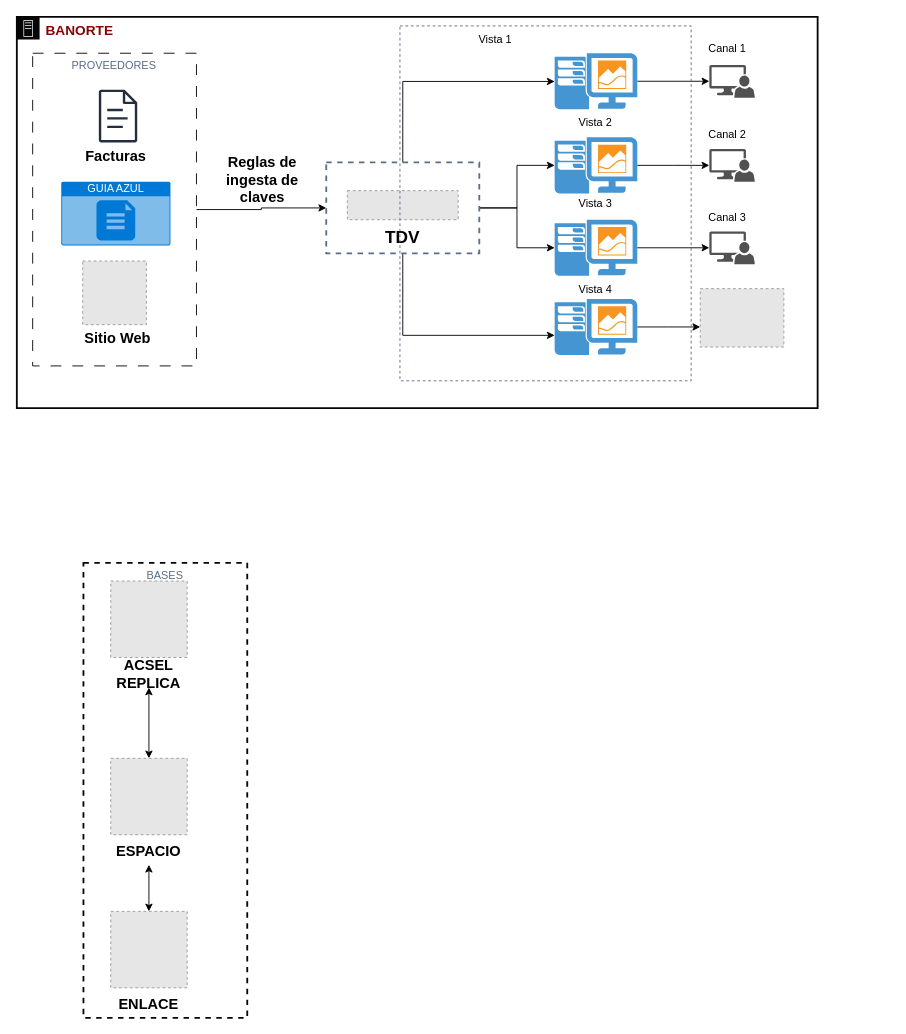
Earlier version of the draw.io diagram CatalogoAutos.drawio (endoeca2/Diagramas). Source tidied: cells renumbered, new cells numbered last; positions are measured from the earlier drawing's top-left corner, leaving out a move shared by most shapes. Both pictures are drawn from the tidied source at 91%, with x=0, y=0 at pixel (16, 16). Pictures stored in the file or linked from it are replaced by grey dashed boxes.
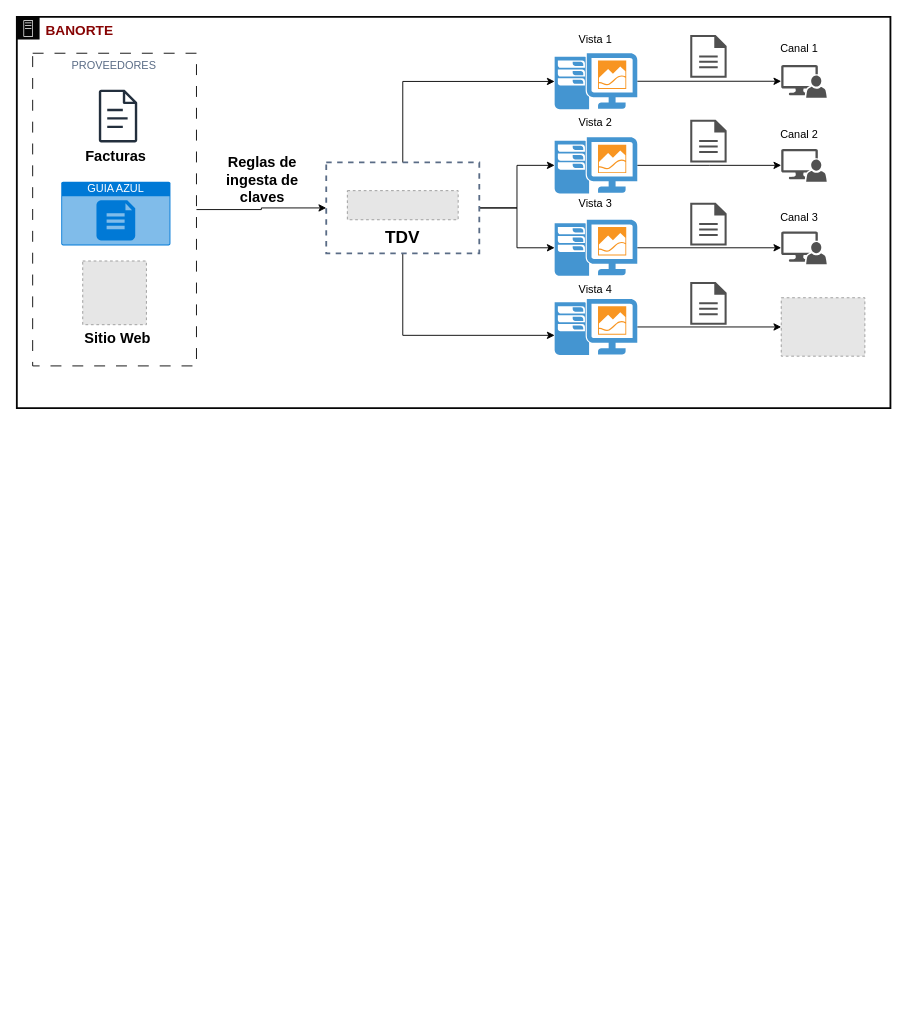
The same page after the edit.

Unchanged cells that the change refers to:
```xml
<mxCell id="17" style="shadow=0;dashed=0;html=1;strokeColor=none;fillColor=#4495D1;labelPosition=center;verticalLabelPosition=bottom;verticalAlign=top;align=center;outlineConnect=0;shape=mxgraph.veeam.one_client;" parent="2" vertex="1">
  <mxGeometry x="591" y="310" width="90.8" height="61.6" as="geometry" />
</mxCell>
```

Change to the diagram source:
```diff
@@
     <mxCell id="2" value="&lt;b&gt;&lt;font color=&quot;#860303&quot; style=&quot;font-size: 15px;&quot;&gt;BANORTE&lt;/font&gt;&lt;/b&gt;" style="gradientColor=none;html=1;whiteSpace=wrap;fontSize=12;fontStyle=0;shape=mxgraph.aws4.group;grIcon=mxgraph.aws4.group_on_premise;strokeColor=#050505;fillColor=none;verticalAlign=top;align=left;spacingLeft=30;fontColor=#5A6C86;dashed=0;strokeWidth=2;" parent="1" vertex="1">
-      <mxGeometry width="880" height="430" as="geometry" />
+      <mxGeometry width="960" height="430" as="geometry" />
     </mxCell>
@@
-    <mxCell id="16" style="edgeStyle=orthogonalEdgeStyle;rounded=0;jettySize=auto;html=1;entryX=0;entryY=0.5;entryDx=0;entryDy=0;" parent="2" edge="1" source="17">
-      <mxGeometry relative="1" as="geometry">
-        <mxPoint x="751" y="340.8" as="targetPoint" />
-      </mxGeometry>
-    </mxCell>
+    <mxCell id="47" style="edgeStyle=orthogonalEdgeStyle;rounded=0;jettySize=auto;html=1;entryX=0;entryY=0.5;entryDx=0;entryDy=0;" parent="2" edge="1" source="17" target="25">
+      <mxGeometry relative="1" as="geometry" />
+    </mxCell>
@@
     <mxCell id="18" value="Vista 1" style="text;html=1;strokeColor=none;fillColor=none;align=center;verticalAlign=middle;whiteSpace=wrap;rounded=0;" parent="2" vertex="1">
-      <mxGeometry x="496.4" y="10" width="60" height="30" as="geometry" />
+      <mxGeometry x="606.4" y="10" width="60" height="30" as="geometry" />
     </mxCell>
@@
     <mxCell id="22" style="sketch=0;shadow=0;dashed=0;html=1;strokeColor=none;labelPosition=center;verticalLabelPosition=bottom;verticalAlign=top;align=center;fillColor=#515151;shape=mxgraph.mscae.system_center.admin_console;" parent="2" vertex="1">
-      <mxGeometry x="761" y="52.8" width="50" height="36" as="geometry" />
+      <mxGeometry x="840" y="52.8" width="50" height="36" as="geometry" />
     </mxCell>
     <mxCell id="23" style="sketch=0;shadow=0;dashed=0;html=1;strokeColor=none;labelPosition=center;verticalLabelPosition=bottom;verticalAlign=top;align=center;fillColor=#515151;shape=mxgraph.mscae.system_center.admin_console;" parent="2" vertex="1">
-      <mxGeometry x="761" y="235.8" width="50" height="36" as="geometry" />
+      <mxGeometry x="840" y="235.8" width="50" height="36" as="geometry" />
     </mxCell>
     <mxCell id="24" style="sketch=0;shadow=0;dashed=0;html=1;strokeColor=none;labelPosition=center;verticalLabelPosition=bottom;verticalAlign=top;align=center;fillColor=#515151;shape=mxgraph.mscae.system_center.admin_console;" parent="2" vertex="1">
-      <mxGeometry x="761" y="145.2" width="50" height="36" as="geometry" />
+      <mxGeometry x="840" y="145.2" width="50" height="36" as="geometry" />
     </mxCell>
     <mxCell id="25" style="fillColor=#E6E6E6;strokeColor=#999999;dashed=1;verticalLabelPosition=bottom;labelBackgroundColor=default;verticalAlign=top;" parent="2" vertex="1">
-      <mxGeometry x="751" y="298.7" width="91.9" height="64.2" as="geometry" />
+      <mxGeometry x="840" y="308.7" width="91.9" height="64.2" as="geometry" />
     </mxCell>
     <mxCell id="26" value="Canal 1" style="text;html=1;strokeColor=none;fillColor=none;align=center;verticalAlign=middle;whiteSpace=wrap;rounded=0;" parent="2" vertex="1">
-      <mxGeometry x="751" y="20" width="60" height="30" as="geometry" />
+      <mxGeometry x="830" y="20" width="60" height="30" as="geometry" />
     </mxCell>
     <mxCell id="27" value="Canal 2" style="text;html=1;strokeColor=none;fillColor=none;align=center;verticalAlign=middle;whiteSpace=wrap;rounded=0;" parent="2" vertex="1">
-      <mxGeometry x="751" y="115.2" width="60" height="30" as="geometry" />
+      <mxGeometry x="830" y="115.2" width="60" height="30" as="geometry" />
     </mxCell>
     <mxCell id="28" value="Canal 3" style="text;html=1;strokeColor=none;fillColor=none;align=center;verticalAlign=middle;whiteSpace=wrap;rounded=0;" parent="2" vertex="1">
-      <mxGeometry x="751" y="205.8" width="60" height="30" as="geometry" />
+      <mxGeometry x="830" y="205.8" width="60" height="30" as="geometry" />
     </mxCell>
-    <mxCell id="29" style="fillColor=none;strokeColor=#5A6C86;dashed=1;verticalAlign=top;fontStyle=0;fontColor=#5A6C86;whiteSpace=wrap;html=1;" parent="2" vertex="1">
-      <mxGeometry x="421" y="10" width="320" height="390" as="geometry" />
-    </mxCell>
@@
-    <mxCell id="38" style="fillColor=#E6E6E6;strokeColor=#999999;dashed=1;html=1;verticalAlign=top;verticalLabelPosition=bottom;labelBackgroundColor=#ffffff;" parent="1" vertex="1">
-      <mxGeometry x="103.2" y="620" width="84" height="84" as="geometry" />
-    </mxCell>
-    <mxCell id="39" value="&lt;font style=&quot;font-size: 16px;&quot;&gt;ACSEL&lt;br&gt;REPLICA&lt;/font&gt;" style="text;html=1;strokeColor=none;fillColor=none;align=center;verticalAlign=middle;whiteSpace=wrap;rounded=0;fontSize=15;fontStyle=1;" parent="1" vertex="1">
-      <mxGeometry x="96.4" y="707" width="97.5" height="30" as="geometry" />
-    </mxCell>
-    <mxCell id="40" style="edgeStyle=orthogonalEdgeStyle;rounded=0;jettySize=auto;html=1;entryX=0.5;entryY=1;entryDx=0;entryDy=0;startArrow=classic;startFill=1;" parent="1" edge="1" source="41" target="39">
-      <mxGeometry relative="1" as="geometry" />
-    </mxCell>
-    <mxCell id="41" style="fillColor=#E6E6E6;strokeColor=#999999;dashed=1;html=1;verticalAlign=top;verticalLabelPosition=bottom;labelBackgroundColor=#ffffff;" parent="1" vertex="1">
-      <mxGeometry x="103.2" y="814.8" width="84" height="84" as="geometry" />
-    </mxCell>
-    <mxCell id="42" value="&lt;span style=&quot;font-size: 16px;&quot;&gt;ESPACIO&lt;/span&gt;" style="text;html=1;strokeColor=none;fillColor=none;align=center;verticalAlign=middle;whiteSpace=wrap;rounded=0;fontSize=15;fontStyle=1;" parent="1" vertex="1">
-      <mxGeometry x="96.4" y="901.8" width="97.5" height="30" as="geometry" />
-    </mxCell>
-    <mxCell id="43" value="BASES" style="fillColor=none;strokeColor=#050505;verticalAlign=top;fontStyle=0;fontColor=#5A6C86;whiteSpace=wrap;html=1;dashed=1;strokeWidth=2;" parent="1" vertex="1">
-      <mxGeometry x="73.2" y="600" width="180" height="500" as="geometry" />
-    </mxCell>
-    <mxCell id="44" style="edgeStyle=orthogonalEdgeStyle;rounded=0;jettySize=auto;html=1;entryX=0.5;entryY=1;entryDx=0;entryDy=0;startArrow=classic;startFill=1;" parent="1" edge="1" source="45" target="42">
-      <mxGeometry relative="1" as="geometry" />
-    </mxCell>
-    <mxCell id="45" style="fillColor=#E6E6E6;strokeColor=#999999;dashed=1;html=1;verticalAlign=top;verticalLabelPosition=bottom;labelBackgroundColor=#ffffff;" parent="1" vertex="1">
-      <mxGeometry x="103.2" y="983" width="84" height="84" as="geometry" />
-    </mxCell>
-    <mxCell id="46" value="&lt;span style=&quot;font-size: 16px;&quot;&gt;ENLACE&lt;/span&gt;" style="text;html=1;strokeColor=none;fillColor=none;align=center;verticalAlign=middle;whiteSpace=wrap;rounded=0;fontSize=15;fontStyle=1;" parent="1" vertex="1">
-      <mxGeometry x="96.4" y="1070" width="97.5" height="30" as="geometry" />
-    </mxCell>
+    <mxCell id="48" style="sketch=0;shadow=0;dashed=0;html=1;strokeColor=none;fillColor=#505050;labelPosition=center;verticalLabelPosition=bottom;verticalAlign=top;align=center;shape=mxgraph.office.concepts.document;" parent="2" vertex="1">
+      <mxGeometry x="740" y="20" width="40" height="47" as="geometry" />
+    </mxCell>
+    <mxCell id="49" style="sketch=0;shadow=0;dashed=0;html=1;strokeColor=none;fillColor=#505050;labelPosition=center;verticalLabelPosition=bottom;verticalAlign=top;align=center;shape=mxgraph.office.concepts.document;" parent="2" vertex="1">
+      <mxGeometry x="740" y="113" width="40" height="47" as="geometry" />
+    </mxCell>
+    <mxCell id="50" style="sketch=0;shadow=0;dashed=0;html=1;strokeColor=none;fillColor=#505050;labelPosition=center;verticalLabelPosition=bottom;verticalAlign=top;align=center;shape=mxgraph.office.concepts.document;" parent="2" vertex="1">
+      <mxGeometry x="740" y="204.2" width="40" height="47" as="geometry" />
+    </mxCell>
+    <mxCell id="51" style="sketch=0;shadow=0;dashed=0;html=1;strokeColor=none;fillColor=#505050;labelPosition=center;verticalLabelPosition=bottom;verticalAlign=top;align=center;shape=mxgraph.office.concepts.document;" parent="2" vertex="1">
+      <mxGeometry x="740" y="291.3" width="40" height="47" as="geometry" />
+    </mxCell>
```
